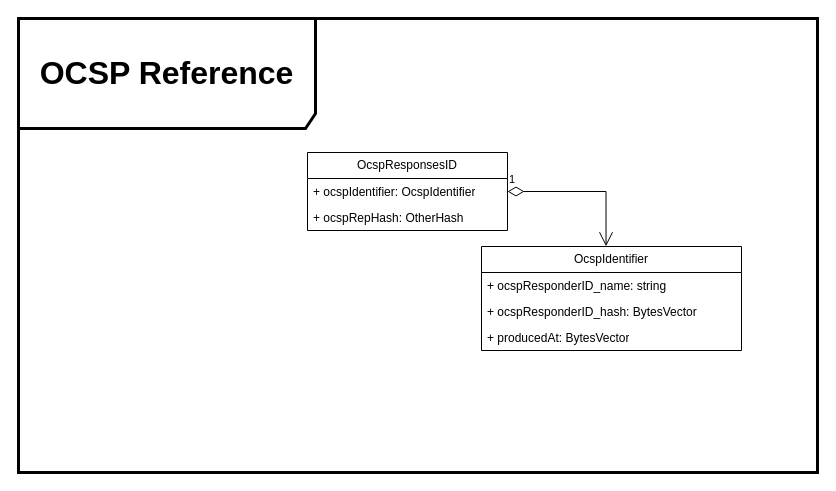
The draw.io diagram page "OCSP Reference" (11 of 12) of basic_struct_draft.drawio in 3036662/pdf_scp, before the edit. Source tidied: cells renumbered, new cells numbered last; positions are measured from the earlier drawing's top-left corner, leaving out a move shared by most shapes. Both pictures are drawn from the tidied source at 100%, with x=0, y=0 at pixel (18, 18).
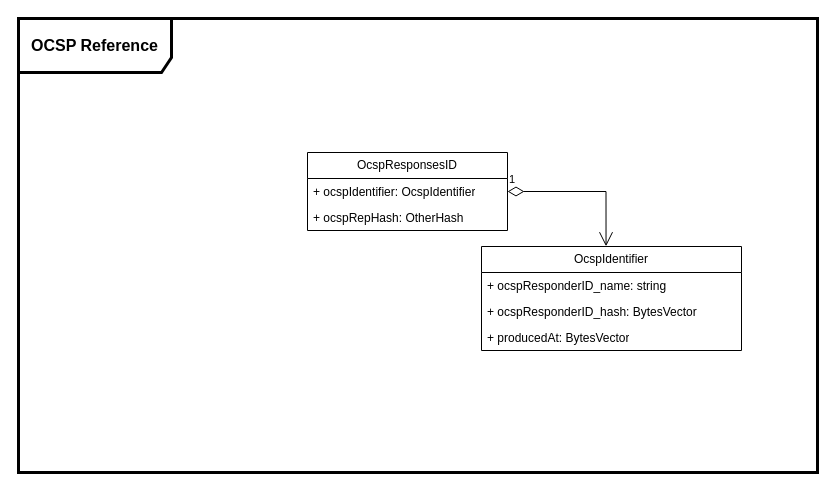
The same page after the edit.

Change to the diagram source:
```diff
@@
 <mxGraphModel>
   <root>
     <mxCell id="0" />
     <mxCell id="1" parent="0" />
     <mxCell id="2" value="OcspResponsesID" style="swimlane;fontStyle=0;horizontal=1;startSize=26;fillColor=none;whiteSpace=wrap;html=1;" parent="1" vertex="1">
       <mxGeometry x="289" y="134" width="200" height="78" as="geometry" />
     </mxCell>
     <mxCell id="3" value="+ ocspIdentifier: OcspIdentifier" style="text;strokeColor=none;fillColor=none;align=left;verticalAlign=top;spacingLeft=4;spacingRight=4;overflow=hidden;points=[[0,0.5],[1,0.5]];portConstraint=eastwest;whiteSpace=wrap;html=1;" parent="2" vertex="1">
       <mxGeometry y="26" width="200" height="26" as="geometry" />
     </mxCell>
     <mxCell id="4" value="+ ocspRepHash: OtherHash" style="text;strokeColor=none;fillColor=none;align=left;verticalAlign=top;spacingLeft=4;spacingRight=4;overflow=hidden;whiteSpace=wrap;html=1;" parent="2" vertex="1">
       <mxGeometry y="52" width="200" height="26" as="geometry" />
     </mxCell>
     <mxCell id="5" value="OcspIdentifier" style="swimlane;fontStyle=0;horizontal=1;startSize=26;fillColor=none;whiteSpace=wrap;html=1;" parent="1" vertex="1">
       <mxGeometry x="463" y="228" width="260" height="104" as="geometry" />
     </mxCell>
     <mxCell id="6" value="+ ocspResponderID_name: string" style="text;strokeColor=none;fillColor=none;align=left;verticalAlign=top;spacingLeft=4;spacingRight=4;overflow=hidden;whiteSpace=wrap;html=1;" parent="5" vertex="1">
       <mxGeometry y="26" width="260" height="26" as="geometry" />
     </mxCell>
     <mxCell id="7" value="+ ocspResponderID_hash: BytesVector" style="text;strokeColor=none;fillColor=none;align=left;verticalAlign=top;spacingLeft=4;spacingRight=4;overflow=hidden;whiteSpace=wrap;html=1;" parent="5" vertex="1">
       <mxGeometry y="52" width="260" height="26" as="geometry" />
     </mxCell>
     <mxCell id="8" value="+ producedAt: BytesVector" style="text;strokeColor=none;fillColor=none;align=left;verticalAlign=top;spacingLeft=4;spacingRight=4;overflow=hidden;whiteSpace=wrap;html=1;" parent="5" vertex="1">
       <mxGeometry y="78" width="260" height="26" as="geometry" />
     </mxCell>
     <mxCell id="9" value="1" style="endArrow=open;html=1;endSize=12;startArrow=diamondThin;startSize=14;startFill=0;edgeStyle=orthogonalEdgeStyle;align=left;verticalAlign=bottom;rounded=0;exitX=1;exitY=0.5;exitDx=0;exitDy=0;entryX=0.479;entryY=-0.002;entryDx=0;entryDy=0;entryPerimeter=0;" parent="1" edge="1" source="3" target="5">
       <mxGeometry x="-1" y="3" relative="1" as="geometry" />
     </mxCell>
-    <mxCell id="10" value="&lt;b&gt;&lt;font style=&quot;font-size: 32px;&quot;&gt;OCSP Reference&lt;/font&gt;&lt;/b&gt;" style="shape=umlFrame;whiteSpace=wrap;html=1;width=297;strokeWidth=3;height=110;" parent="1" vertex="1">
+    <mxCell id="10" value="&lt;font size=&quot;1&quot;&gt;&lt;b&gt;&lt;font style=&quot;font-size: 16px;&quot;&gt;OCSP Reference&lt;/font&gt;&lt;/b&gt;&lt;/font&gt;" style="shape=umlFrame;whiteSpace=wrap;html=1;width=153;strokeWidth=3;height=54;" parent="1" vertex="1">
       <mxGeometry width="799" height="454" as="geometry" />
     </mxCell>
   </root>
 </mxGraphModel>
```
